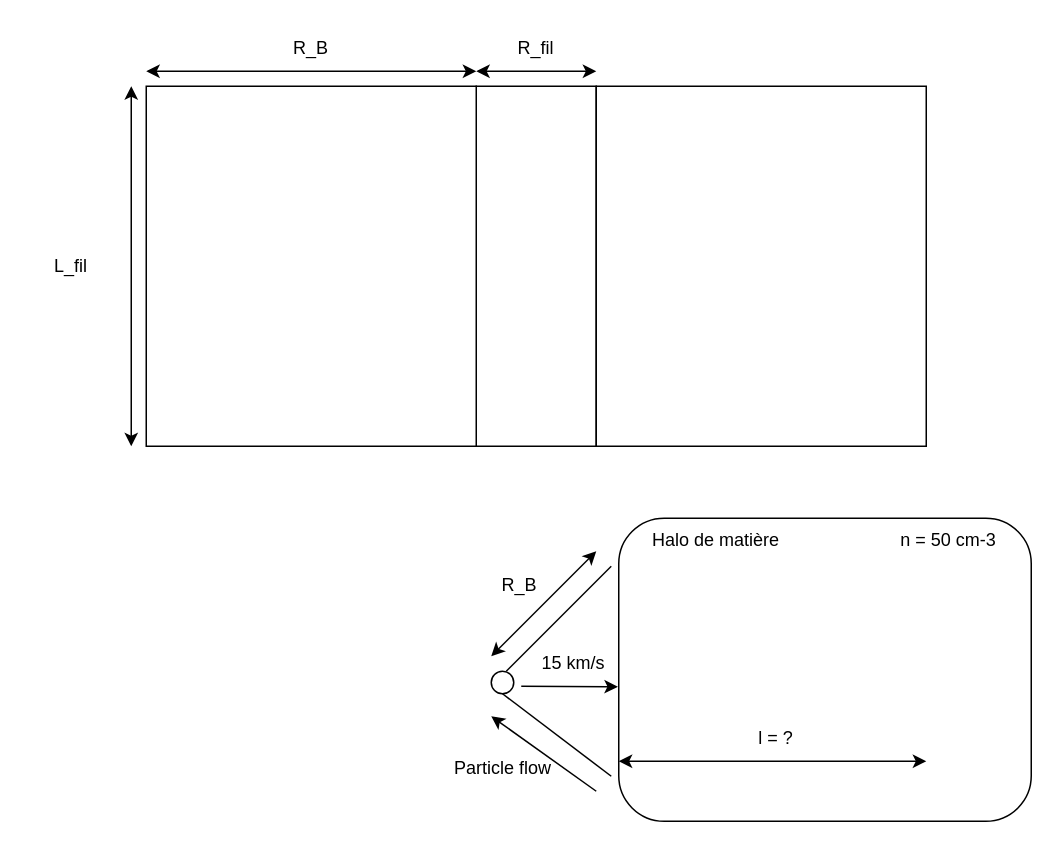
Before: DrawIo/Filament_géométrie.drawio in KyuriTaima/CygnusDynamics, a draw.io diagram. Source tidied: cells renumbered, new cells numbered last; positions are measured from the earlier drawing's top-left corner, leaving out a move shared by most shapes. Both pictures are drawn from the tidied source at 150%, with x=0, y=0 at pixel (26, 26).
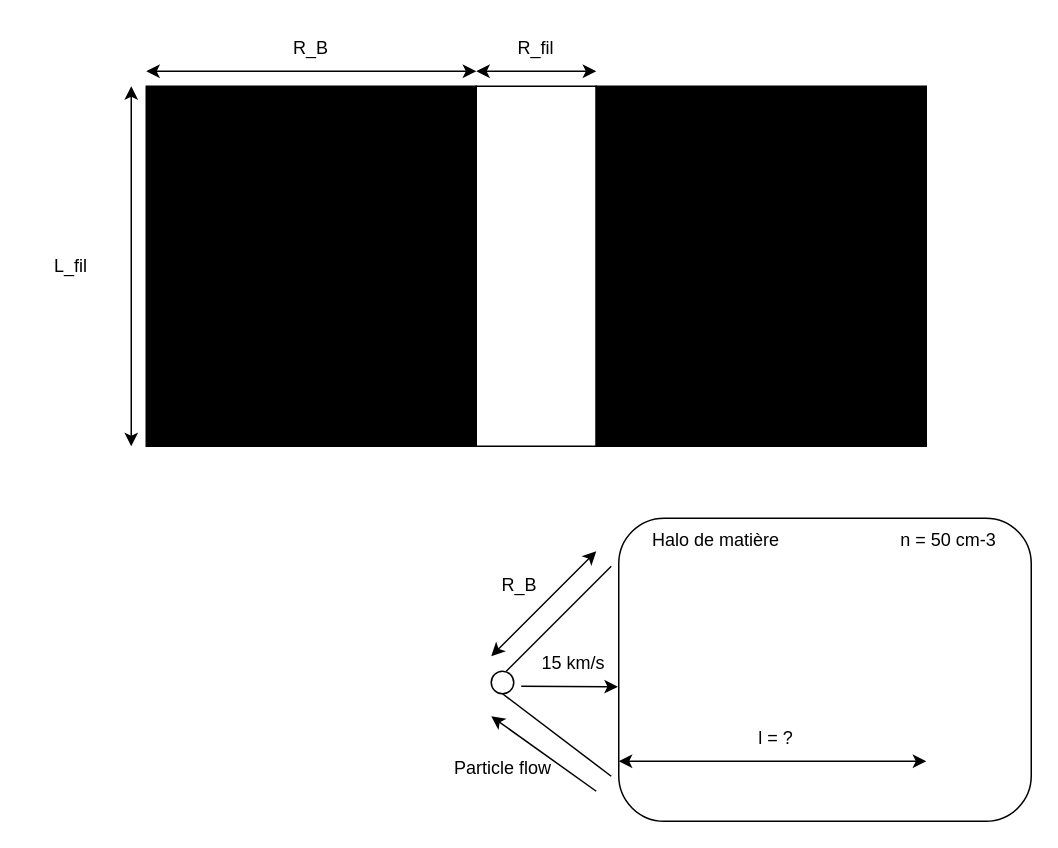
The same page after the edit.

Commit message:
Overleaf Connect auto-sync [2026-06-18 11:51:58]

Change to the diagram source:
```diff
@@
-    <mxCell id="3" style="rounded=0;whiteSpace=wrap;html=1;" parent="1" vertex="1">
+    <mxCell id="3" style="rounded=0;whiteSpace=wrap;html=1;fillColor=light-dark(#000000,#3B00FF);" parent="1" vertex="1">
       <mxGeometry x="380" y="40" width="220" height="240" as="geometry" />
     </mxCell>
-    <mxCell id="4" style="rounded=0;whiteSpace=wrap;html=1;" parent="1" vertex="1">
+    <mxCell id="4" style="rounded=0;whiteSpace=wrap;html=1;fillColor=light-dark(#000000,#3B00FF);" parent="1" vertex="1">
       <mxGeometry x="80" y="40" width="220" height="240" as="geometry" />
     </mxCell>
```
